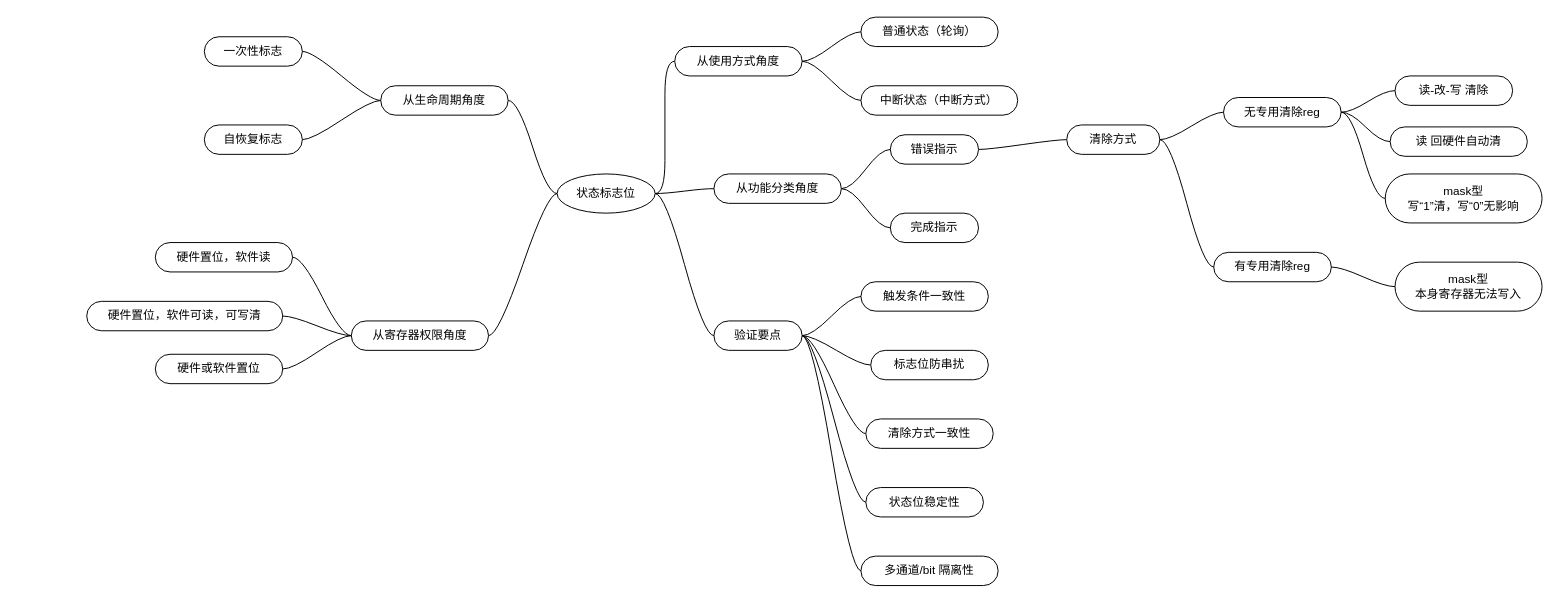
Above: page "第 5 页" (5 of 6) of drawio/缺陷记录.drawio in iceyxy/flow-chart-drawio (draw.io), before the change. Source tidied: cells renumbered, new cells numbered last; positions are measured from the earlier drawing's top-left corner, leaving out a move shared by most shapes. Both pictures are drawn from the tidied source at 98%, with x=0, y=0 at pixel (86, 17).
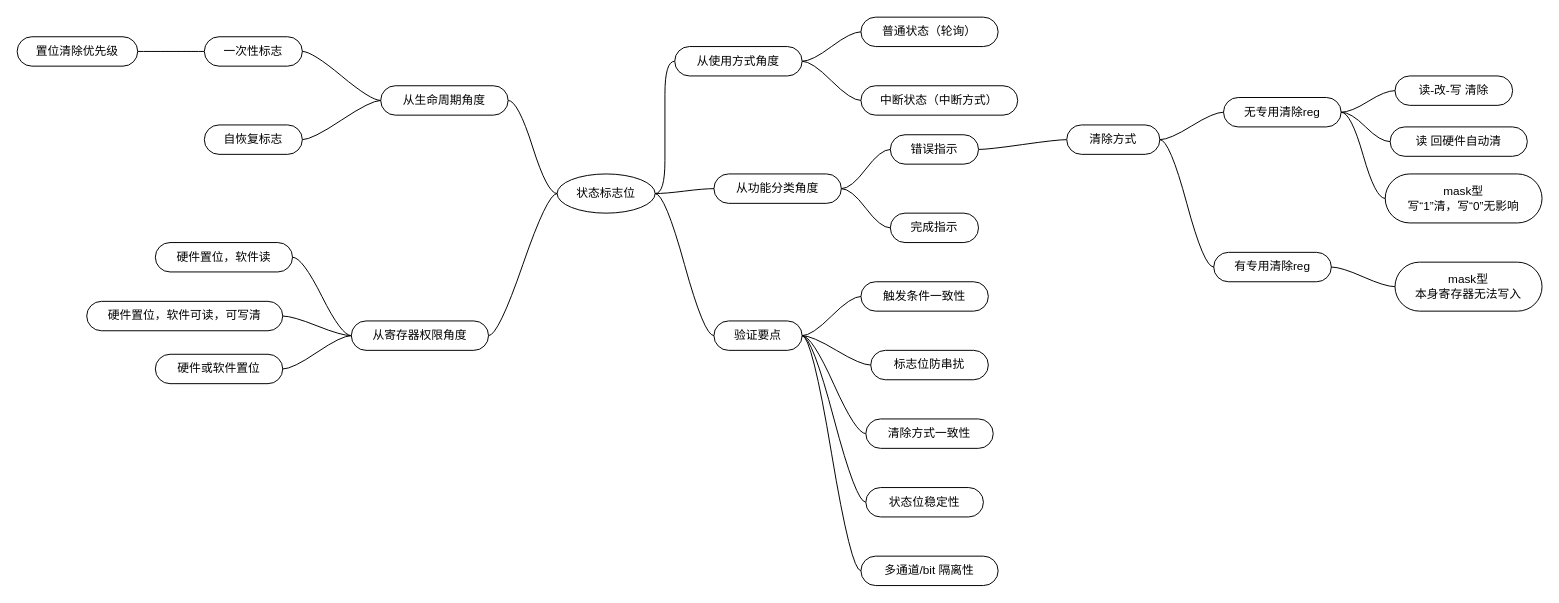
Above is the later version.

Commit message:
更新缺陷记录.drawio

Unchanged cells that the change refers to:
```xml
<mxCell id="32" value="一次性标志" style="whiteSpace=wrap;html=1;rounded=1;arcSize=50;align=center;verticalAlign=middle;strokeWidth=1;spacing=4;newEdgeStyle={&quot;edgeStyle&quot;:&quot;entityRelationEdgeStyle&quot;,&quot;startArrow&quot;:&quot;none&quot;,&quot;endArrow&quot;:&quot;none&quot;,&quot;segment&quot;:10,&quot;curved&quot;:1,&quot;sourcePerimeterSpacing&quot;:0,&quot;targetPerimeterSpacing&quot;:0};" parent="1" vertex="1">
  <mxGeometry x="120" y="20" width="100" height="30" as="geometry" />
</mxCell>
```

Change to the diagram source:
```diff
@@
+    <mxCell id="55" style="edgeStyle=entityRelationEdgeStyle;rounded=0;jettySize=auto;html=1;startArrow=none;endArrow=none;segment=10;curved=1;sourcePerimeterSpacing=0;targetPerimeterSpacing=0;" parent="1" edge="1" source="32" target="56">
+      <mxGeometry relative="1" as="geometry" />
+    </mxCell>
@@
+    <mxCell id="56" value="置位清除优先级" style="whiteSpace=wrap;html=1;rounded=1;arcSize=50;align=center;verticalAlign=middle;strokeWidth=1;spacing=4;newEdgeStyle={&quot;edgeStyle&quot;:&quot;entityRelationEdgeStyle&quot;,&quot;startArrow&quot;:&quot;none&quot;,&quot;endArrow&quot;:&quot;none&quot;,&quot;segment&quot;:10,&quot;curved&quot;:1,&quot;sourcePerimeterSpacing&quot;:0,&quot;targetPerimeterSpacing&quot;:0};" parent="1" vertex="1">
+      <mxGeometry x="-71" y="20" width="123" height="30" as="geometry" />
+    </mxCell>
```
